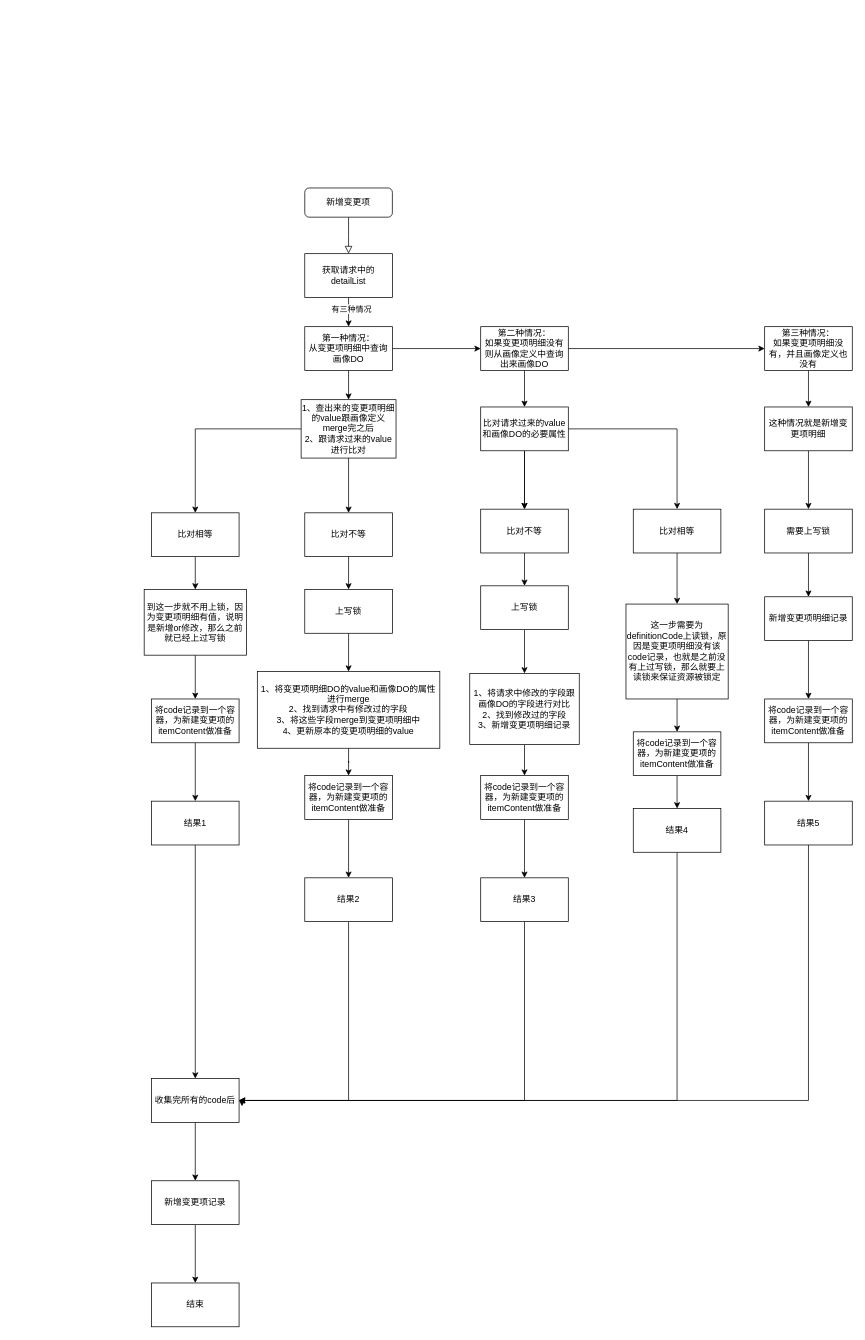
Before: page "新增画像变更流程图" (1 of 2) of Untitled Diagram.drawio in JJazin/abc, a draw.io diagram. Source tidied: cells renumbered, new cells numbered last; positions are measured from the earlier drawing's top-left corner, leaving out a move shared by most shapes. Both pictures are drawn from the tidied source at 73%, with x=0, y=0 at pixel (144, 188).
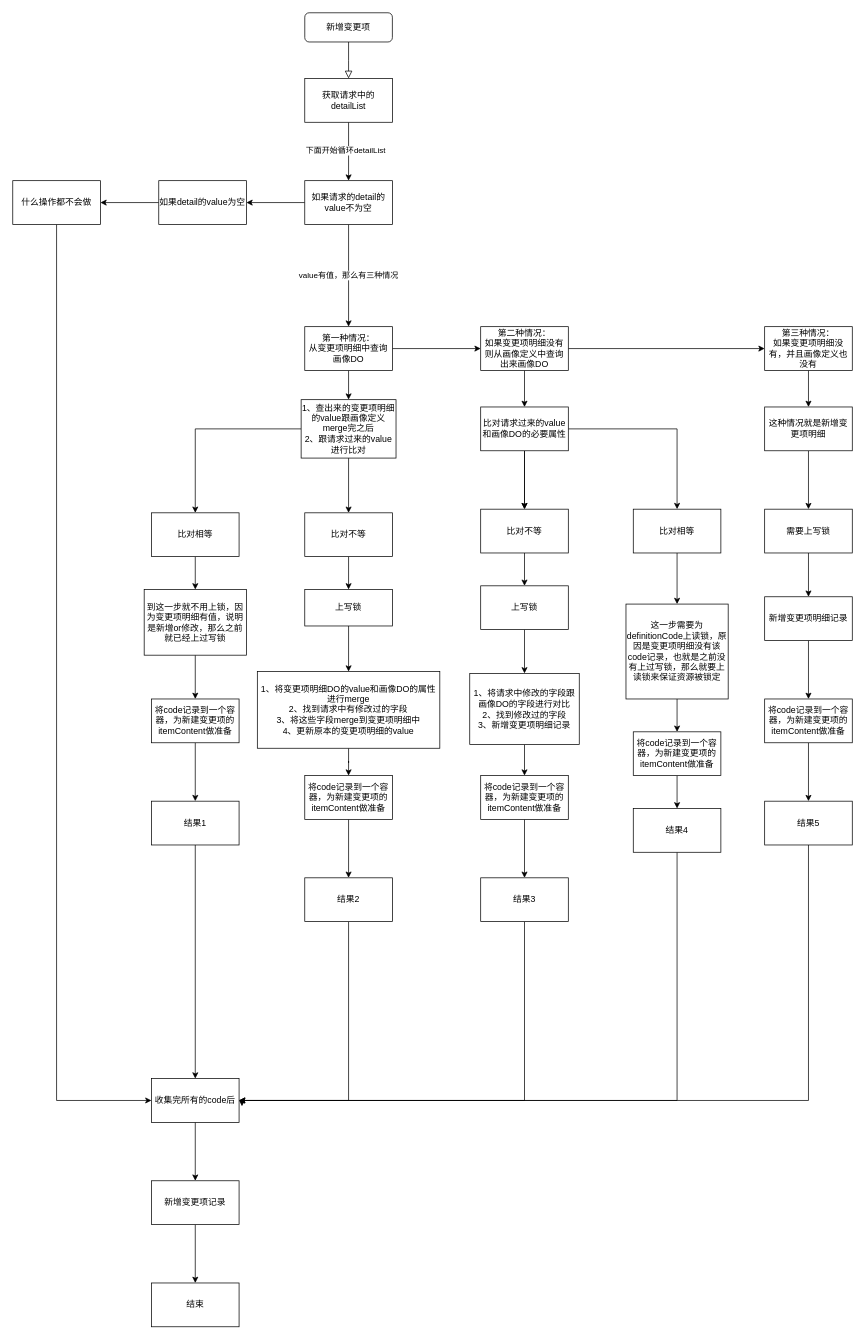
The same page after the edit.

The change refers to these unchanged cells:
```xml
<mxCell id="9" value="第一种情况：&lt;br&gt;从变更项明细中查询画像DO" style="whiteSpace=wrap;html=1;rounded=0;" parent="1" vertex="1">
  <mxGeometry x="220" y="190" width="120" height="60" as="geometry" />
</mxCell>
<mxCell id="69" value="收集完所有的code后" style="whiteSpace=wrap;html=1;rounded=0;" parent="1" vertex="1">
  <mxGeometry x="10" y="1220" width="120" height="60" as="geometry" />
</mxCell>
```

What changed in the source:
```diff
@@
     <mxCell id="2" style="rounded=0;html=1;jettySize=auto;fontSize=11;endArrow=block;endFill=0;endSize=8;strokeWidth=1;shadow=0;labelBackgroundColor=none;edgeStyle=orthogonalEdgeStyle;" parent="1" edge="1" source="3">
       <mxGeometry relative="1" as="geometry">
-        <mxPoint x="280" y="90" as="targetPoint" />
+        <mxPoint x="280" y="-150" as="targetPoint" />
       </mxGeometry>
     </mxCell>
     <mxCell id="3" value="新增变更项" style="rounded=1;whiteSpace=wrap;html=1;fontSize=12;glass=0;strokeWidth=1;shadow=0;" parent="1" vertex="1">
-      <mxGeometry x="220" width="120" height="40" as="geometry" />
+      <mxGeometry x="220" y="-240" width="120" height="40" as="geometry" />
     </mxCell>
-    <mxCell id="4" style="edgeStyle=orthogonalEdgeStyle;rounded=0;jettySize=auto;html=1;" parent="1" edge="1" source="6" target="9">
-      <mxGeometry relative="1" as="geometry" />
-    </mxCell>
-    <mxCell id="5" value="有三种情况" style="edgeLabel;html=1;align=center;verticalAlign=middle;" parent="4" vertex="1">
-      <mxGeometry x="-0.25" y="3" relative="1" as="geometry" />
-    </mxCell>
+    <mxCell id="73" style="edgeStyle=orthogonalEdgeStyle;rounded=0;jettySize=auto;html=1;" parent="1" edge="1" source="6" target="77">
+      <mxGeometry relative="1" as="geometry" />
+    </mxCell>
+    <mxCell id="74" value="下面开始循环detailList" style="edgeLabel;html=1;align=center;verticalAlign=middle;" parent="73" vertex="1">
+      <mxGeometry x="-0.03" y="-5" relative="1" as="geometry">
+        <mxPoint y="-1" as="offset" />
+      </mxGeometry>
+    </mxCell>
     <mxCell id="6" value="获取请求中的detailList" style="rounded=0;whiteSpace=wrap;html=1;" parent="1" vertex="1">
-      <mxGeometry x="220" y="90" width="120" height="60" as="geometry" />
+      <mxGeometry x="220" y="-150" width="120" height="60" as="geometry" />
     </mxCell>
@@
     <mxCell id="43" value="上写锁" style="whiteSpace=wrap;html=1;rounded=0;" parent="1" vertex="1">
-      <mxGeometry x="220" y="550" width="120" height="60" as="geometry" />
+      <mxGeometry x="220" y="550" width="120" height="50" as="geometry" />
     </mxCell>
@@
+    <mxCell id="75" value="value有值，那么有三种情况" style="edgeStyle=orthogonalEdgeStyle;rounded=0;jettySize=auto;html=1;exitX=0.5;exitY=1;exitDx=0;exitDy=0;" parent="1" edge="1" source="77" target="9">
+      <mxGeometry relative="1" as="geometry" />
+    </mxCell>
+    <mxCell id="76" style="edgeStyle=orthogonalEdgeStyle;rounded=0;jettySize=auto;html=1;" parent="1" edge="1" source="77" target="79">
+      <mxGeometry relative="1" as="geometry" />
+    </mxCell>
+    <mxCell id="77" value="如果请求的detail的value不为空" style="rounded=0;whiteSpace=wrap;html=1;" parent="1" vertex="1">
+      <mxGeometry x="220" y="-10" width="120" height="60" as="geometry" />
+    </mxCell>
+    <mxCell id="78" style="edgeStyle=orthogonalEdgeStyle;rounded=0;jettySize=auto;html=1;" parent="1" edge="1" source="79" target="81">
+      <mxGeometry relative="1" as="geometry" />
+    </mxCell>
+    <mxCell id="79" value="如果detail的value为空" style="whiteSpace=wrap;html=1;rounded=0;" parent="1" vertex="1">
+      <mxGeometry x="20" y="-10" width="120" height="60" as="geometry" />
+    </mxCell>
+    <mxCell id="80" style="edgeStyle=orthogonalEdgeStyle;rounded=0;jettySize=auto;html=1;entryX=0;entryY=0.5;entryDx=0;entryDy=0;" parent="1" edge="1" source="81" target="69">
+      <mxGeometry relative="1" as="geometry">
+        <Array as="points">
+          <mxPoint x="-120" y="1250" />
+        </Array>
+      </mxGeometry>
+    </mxCell>
+    <mxCell id="81" value="什么操作都不会做" style="whiteSpace=wrap;html=1;rounded=0;" parent="1" vertex="1">
+      <mxGeometry x="-180" y="-10" width="120" height="60" as="geometry" />
+    </mxCell>
```
